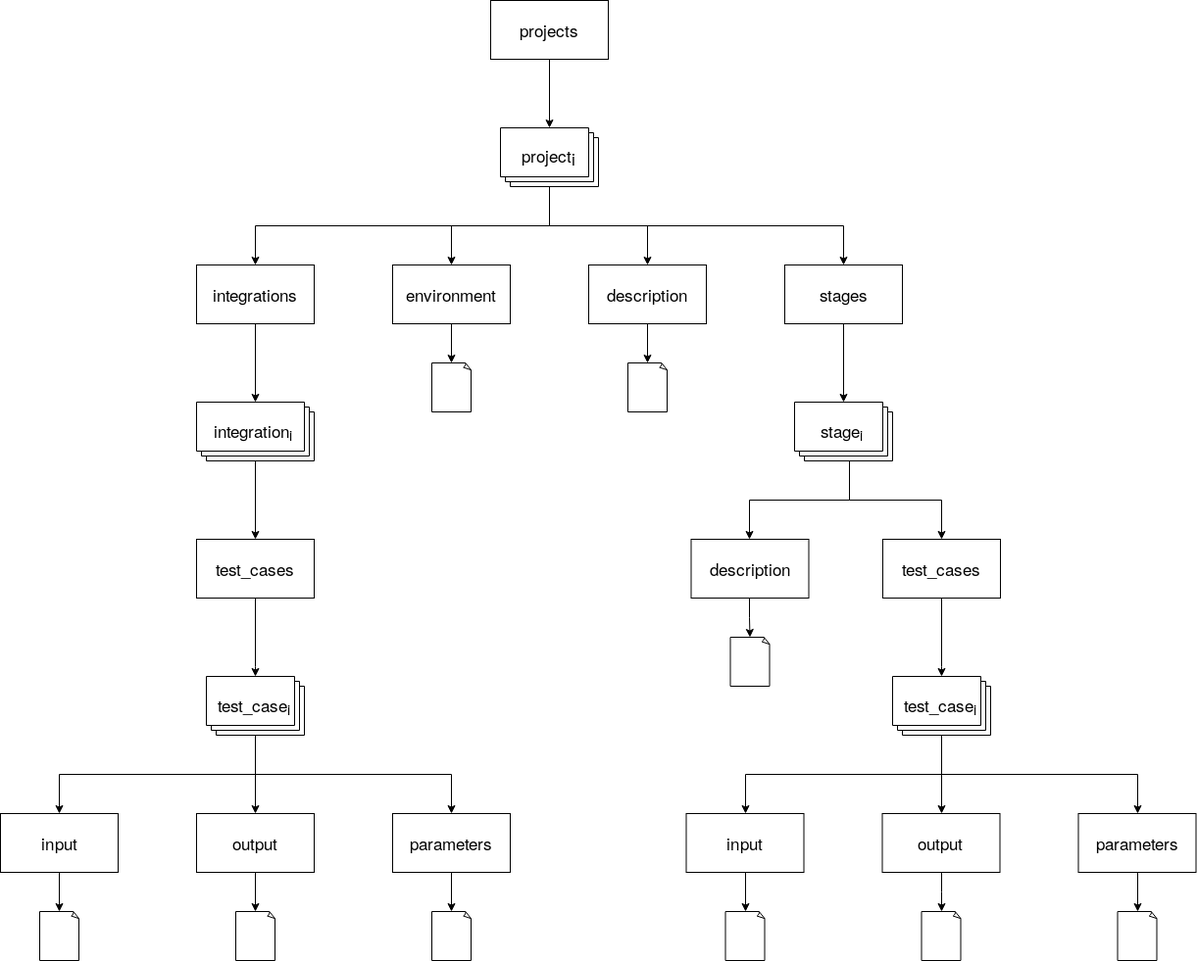
Above: paper/chapter05/projects_dirs.png in Szop-Kradziej/master-thesis (draw.io), before the change. Source tidied: cells renumbered, new cells last; positions are measured from the earlier drawing's top-left corner, leaving out a move shared by most shapes.
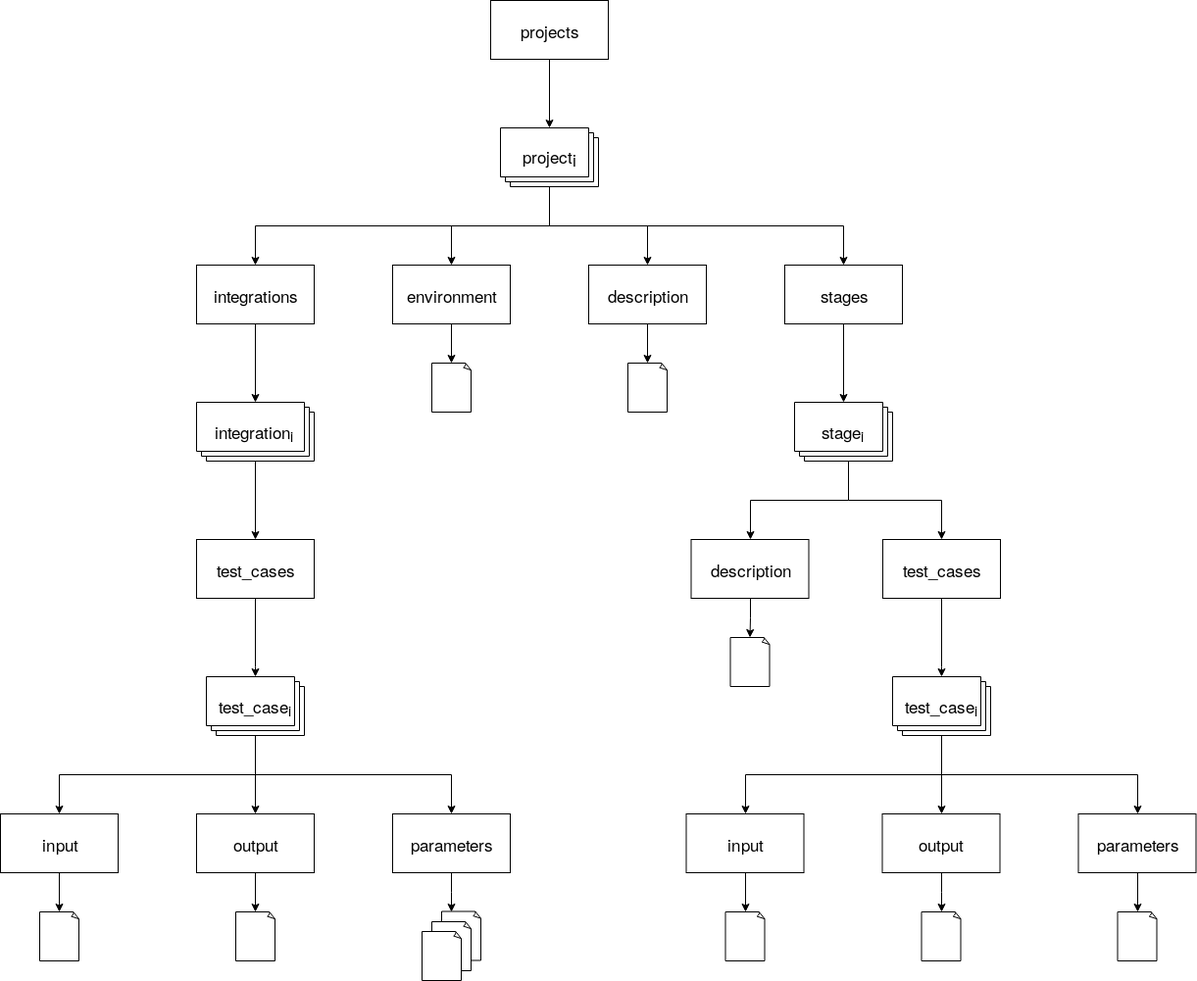
After the change.

Diff of the diagram source:
```diff
@@ -211,11 +211,19 @@
     <mxCell id="54" value="parameters" style="rounded=0;whiteSpace=wrap;html=1;fontSize=17;" parent="1" vertex="1">
       <mxGeometry x="400" y="830" width="120" height="60" as="geometry" />
     </mxCell>
-    <mxCell id="55" style="whiteSpace=wrap;html=1;shape=mxgraph.basic.document;fontSize=17;" parent="1" vertex="1">
-      <mxGeometry x="440" y="930" width="40" height="50" as="geometry" />
-    </mxCell>
-    <mxCell id="56" style="edgeStyle=orthogonalEdgeStyle;rounded=0;jettySize=auto;html=1;startArrow=classic;startFill=1;endArrow=none;endFill=0;fontSize=17;entryX=0.5;entryY=1;entryDx=0;entryDy=0;exitX=0.5;exitY=0;exitDx=0;exitDy=0;exitPerimeter=0;" parent="1" edge="1" source="55" target="54">
-      <mxGeometry relative="1" as="geometry" />
-    </mxCell>
+    <mxCell id="57" style="edgeStyle=orthogonalEdgeStyle;rounded=0;jettySize=auto;html=1;exitX=0.258;exitY=0.01;exitDx=0;exitDy=0;entryX=0.5;entryY=1;entryDx=0;entryDy=0;startArrow=classic;startFill=1;endArrow=none;endFill=0;fontSize=17;exitPerimeter=0;" parent="1" edge="1" source="58">
+      <mxGeometry relative="1" as="geometry">
+        <mxPoint x="460" y="890" as="targetPoint" />
+      </mxGeometry>
+    </mxCell>
+    <mxCell id="58" style="whiteSpace=wrap;html=1;shape=mxgraph.basic.document;fontSize=17;" parent="1" vertex="1">
+      <mxGeometry x="450" y="929.5" width="40" height="50" as="geometry" />
+    </mxCell>
+    <mxCell id="59" style="whiteSpace=wrap;html=1;shape=mxgraph.basic.document;fontSize=17;" parent="1" vertex="1">
+      <mxGeometry x="440" y="940" width="40" height="50" as="geometry" />
+    </mxCell>
+    <mxCell id="60" style="whiteSpace=wrap;html=1;shape=mxgraph.basic.document;fontSize=17;" parent="1" vertex="1">
+      <mxGeometry x="430" y="950" width="40" height="50" as="geometry" />
+    </mxCell>
   </root>
 </mxGraphModel>
```
